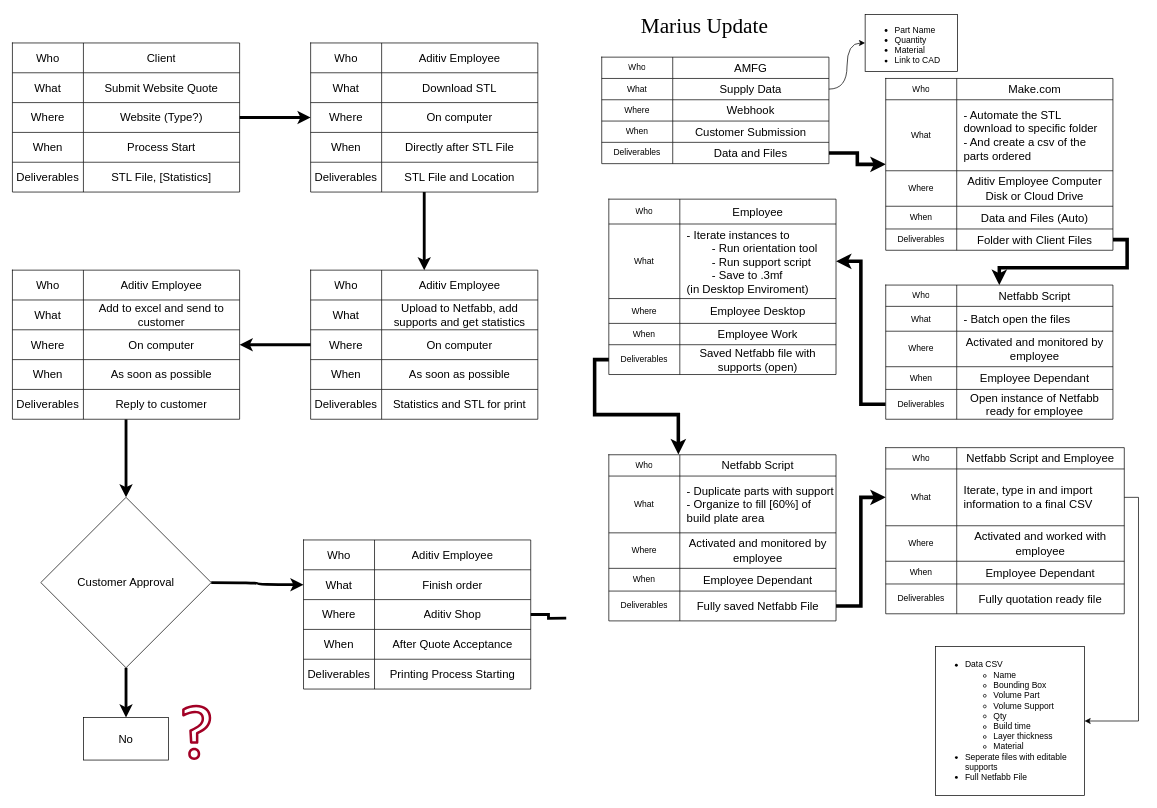
This is Other Files/Process Design.drawio from Maarten-Kruger/Aditiv_Netfabb_Scripts_MJ, a draw.io file, before an edit. Source tidied: cells renumbered, new cells numbered last; positions are measured from the earlier drawing's top-left corner, leaving out a move shared by most shapes. Both pictures are drawn from the tidied source at 71%, with x=0, y=0 at pixel (12, 14).
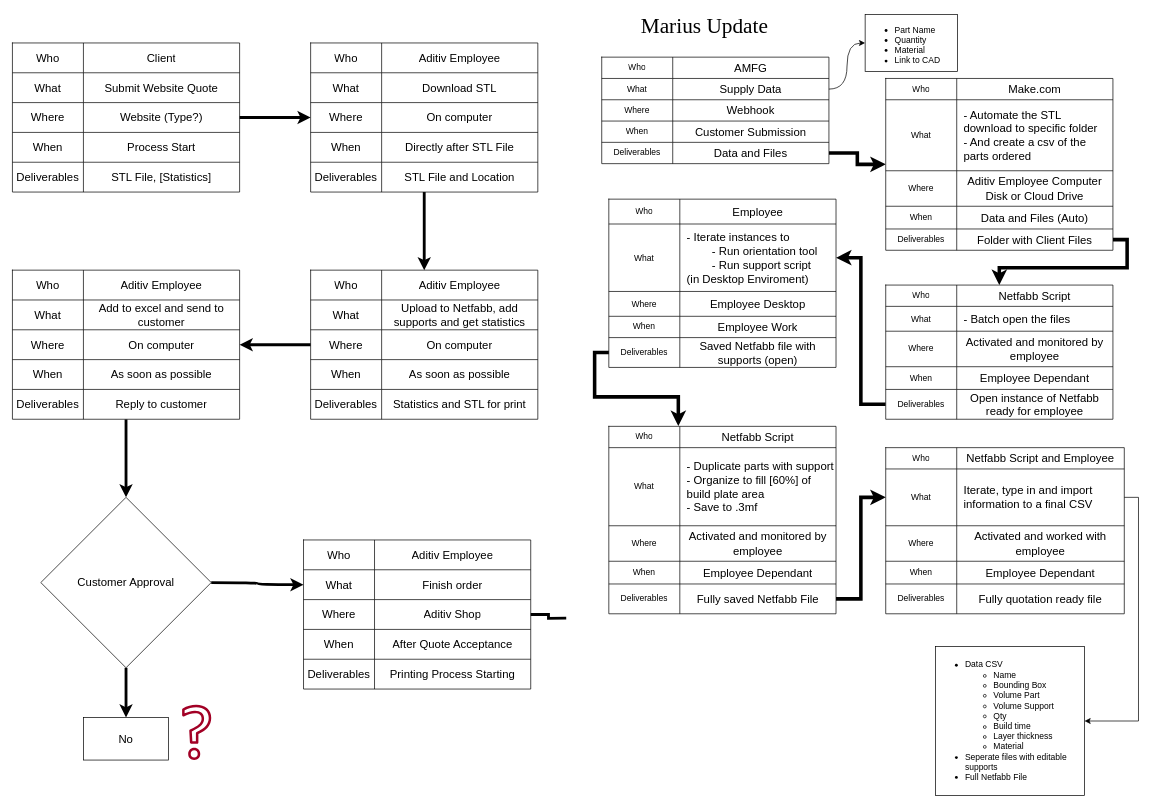
The same diagram, later.

The edit, as a diff of the source:
```diff
@@
     <mxCell id="146" style="shape=table;startSize=0;childLayout=tableLayout;fontSize=16;align=left;" parent="1" vertex="1">
-      <mxGeometry x="840" y="260" width="320" height="247" as="geometry" />
+      <mxGeometry x="840" y="260" width="320" height="237" as="geometry" />
     </mxCell>
@@
     <mxCell id="150" style="shape=tableRow;horizontal=0;startSize=0;swimlaneHead=0;swimlaneBody=0;strokeColor=inherit;top=0;left=0;bottom=0;right=0;fillColor=none;points=[[0,0.5],[1,0.5]];portConstraint=eastwest;fontSize=16;" parent="146" vertex="1">
-      <mxGeometry y="35" width="320" height="105" as="geometry" />
+      <mxGeometry y="35" width="320" height="95" as="geometry" />
     </mxCell>
     <mxCell id="151" value="What" style="shape=partialRectangle;html=1;whiteSpace=wrap;strokeColor=inherit;overflow=hidden;fillColor=none;top=0;left=0;bottom=0;right=0;fontSize=12;" parent="150" vertex="1">
-      <mxGeometry width="100" height="105" as="geometry" />
+      <mxGeometry width="100" height="95" as="geometry" />
     </mxCell>
-    <mxCell id="152" value="- Iterate instances to&amp;nbsp;&lt;div&gt;&lt;span style=&quot;white-space: pre;&quot;&gt;&#9;&lt;/span&gt;- Run orientation tool&lt;/div&gt;&lt;div&gt;&lt;span style=&quot;background-color: transparent; color: light-dark(rgb(0, 0, 0), rgb(255, 255, 255));&quot;&gt;&lt;span style=&quot;white-space: pre;&quot;&gt;&#9;&lt;/span&gt;- Run support script&lt;/span&gt;&lt;/div&gt;&lt;div&gt;&lt;span style=&quot;background-color: transparent; color: light-dark(rgb(0, 0, 0), rgb(255, 255, 255));&quot;&gt;&lt;span style=&quot;white-space: pre;&quot;&gt;&#9;&lt;/span&gt;- Save to .3mf&lt;br&gt;&lt;/span&gt;&lt;/div&gt;&lt;div&gt;&lt;div&gt;&lt;span style=&quot;background-color: transparent; color: light-dark(rgb(0, 0, 0), rgb(255, 255, 255));&quot;&gt;(in Desktop Enviroment)&lt;/span&gt;&lt;/div&gt;&lt;/div&gt;" style="shape=partialRectangle;html=1;whiteSpace=wrap;strokeColor=inherit;overflow=hidden;fillColor=none;top=0;left=0;bottom=0;right=0;fontSize=16;align=left;spacingTop=0;spacingRight=0;spacingLeft=8;" parent="150" vertex="1">
-      <mxGeometry x="100" width="220" height="105" as="geometry" />
+    <mxCell id="152" value="- Iterate instances to&amp;nbsp;&lt;div&gt;&lt;span style=&quot;white-space: pre;&quot;&gt;&#9;&lt;/span&gt;- Run orientation tool&lt;/div&gt;&lt;div&gt;&lt;span style=&quot;background-color: transparent; color: light-dark(rgb(0, 0, 0), rgb(255, 255, 255));&quot;&gt;&lt;span style=&quot;white-space: pre;&quot;&gt;&#9;&lt;/span&gt;- Run support script&lt;/span&gt;&lt;/div&gt;&lt;div&gt;&lt;div&gt;&lt;span style=&quot;background-color: transparent; color: light-dark(rgb(0, 0, 0), rgb(255, 255, 255));&quot;&gt;(in Desktop Enviroment)&lt;/span&gt;&lt;/div&gt;&lt;/div&gt;" style="shape=partialRectangle;html=1;whiteSpace=wrap;strokeColor=inherit;overflow=hidden;fillColor=none;top=0;left=0;bottom=0;right=0;fontSize=16;align=left;spacingTop=0;spacingRight=0;spacingLeft=8;" parent="150" vertex="1">
+      <mxGeometry x="100" width="220" height="95" as="geometry" />
     </mxCell>
     <mxCell id="153" style="shape=tableRow;horizontal=0;startSize=0;swimlaneHead=0;swimlaneBody=0;strokeColor=inherit;top=0;left=0;bottom=0;right=0;fillColor=none;fontSize=16;" parent="146" vertex="1">
-      <mxGeometry y="140" width="320" height="35" as="geometry" />
+      <mxGeometry y="130" width="320" height="35" as="geometry" />
     </mxCell>
@@
     <mxCell id="156" style="shape=tableRow;horizontal=0;startSize=0;swimlaneHead=0;swimlaneBody=0;strokeColor=inherit;top=0;left=0;bottom=0;right=0;fillColor=none;fontSize=16;" parent="146" vertex="1">
-      <mxGeometry y="175" width="320" height="30" as="geometry" />
+      <mxGeometry y="165" width="320" height="30" as="geometry" />
     </mxCell>
@@
     <mxCell id="159" style="shape=tableRow;horizontal=0;startSize=0;swimlaneHead=0;swimlaneBody=0;strokeColor=inherit;top=0;left=0;bottom=0;right=0;fillColor=none;points=[[0,0.5],[1,0.5]];portConstraint=eastwest;fontSize=16;" parent="146" vertex="1">
-      <mxGeometry y="205" width="320" height="42" as="geometry" />
+      <mxGeometry y="195" width="320" height="42" as="geometry" />
     </mxCell>
@@
     <mxCell id="162" style="shape=table;startSize=0;childLayout=tableLayout;fontSize=16;align=left;spacingTop=0;spacingBottom=0;" parent="1" vertex="1">
-      <mxGeometry x="840" y="620" width="320" height="234" as="geometry" />
+      <mxGeometry x="840" y="580" width="320" height="264" as="geometry" />
     </mxCell>
@@
     <mxCell id="166" style="shape=tableRow;horizontal=0;startSize=0;swimlaneHead=0;swimlaneBody=0;strokeColor=inherit;top=0;left=0;bottom=0;right=0;fillColor=none;fontSize=16;" parent="162" vertex="1">
-      <mxGeometry y="30" width="320" height="80" as="geometry" />
+      <mxGeometry y="30" width="320" height="110" as="geometry" />
     </mxCell>
     <mxCell id="167" value="What" style="shape=partialRectangle;html=1;whiteSpace=wrap;strokeColor=inherit;overflow=hidden;fillColor=none;top=0;left=0;bottom=0;right=0;fontSize=12;" parent="166" vertex="1">
-      <mxGeometry width="100" height="80" as="geometry" />
+      <mxGeometry width="100" height="110" as="geometry" />
     </mxCell>
-    <mxCell id="168" value="&lt;div&gt;&lt;span style=&quot;background-color: transparent; color: light-dark(rgb(0, 0, 0), rgb(255, 255, 255));&quot;&gt;- Duplicate parts with support&lt;/span&gt;&lt;/div&gt;&lt;div&gt;- Organize to fill [60%] of build plate area&lt;/div&gt;" style="shape=partialRectangle;html=1;whiteSpace=wrap;strokeColor=inherit;overflow=hidden;fillColor=none;top=0;left=0;bottom=0;right=0;fontSize=16;align=left;spacingTop=0;spacingRight=0;spacingLeft=8;" parent="166" vertex="1">
-      <mxGeometry x="100" width="220" height="80" as="geometry" />
+    <mxCell id="168" value="&lt;div&gt;&lt;span style=&quot;background-color: transparent; color: light-dark(rgb(0, 0, 0), rgb(255, 255, 255));&quot;&gt;- Duplicate parts with support&lt;/span&gt;&lt;/div&gt;&lt;div&gt;- Organize to fill [60%] of build plate area&lt;/div&gt;&lt;div&gt;- Save to .3mf&lt;/div&gt;" style="shape=partialRectangle;html=1;whiteSpace=wrap;strokeColor=inherit;overflow=hidden;fillColor=none;top=0;left=0;bottom=0;right=0;fontSize=16;align=left;spacingTop=0;spacingRight=0;spacingLeft=8;" parent="166" vertex="1">
+      <mxGeometry x="100" width="220" height="110" as="geometry" />
     </mxCell>
     <mxCell id="169" style="shape=tableRow;horizontal=0;startSize=0;swimlaneHead=0;swimlaneBody=0;strokeColor=inherit;top=0;left=0;bottom=0;right=0;fillColor=none;fontSize=16;" parent="162" vertex="1">
-      <mxGeometry y="110" width="320" height="50" as="geometry" />
+      <mxGeometry y="140" width="320" height="50" as="geometry" />
     </mxCell>
@@
     <mxCell id="172" style="shape=tableRow;horizontal=0;startSize=0;swimlaneHead=0;swimlaneBody=0;strokeColor=inherit;top=0;left=0;bottom=0;right=0;fillColor=none;fontSize=16;" parent="162" vertex="1">
-      <mxGeometry y="160" width="320" height="32" as="geometry" />
+      <mxGeometry y="190" width="320" height="32" as="geometry" />
     </mxCell>
@@
     <mxCell id="175" style="shape=tableRow;horizontal=0;startSize=0;swimlaneHead=0;swimlaneBody=0;strokeColor=inherit;top=0;left=0;bottom=0;right=0;fillColor=none;points=[[0,0.5],[1,0.5]];portConstraint=eastwest;fontSize=16;" parent="162" vertex="1">
-      <mxGeometry y="192" width="320" height="42" as="geometry" />
+      <mxGeometry y="222" width="320" height="42" as="geometry" />
     </mxCell>
```
